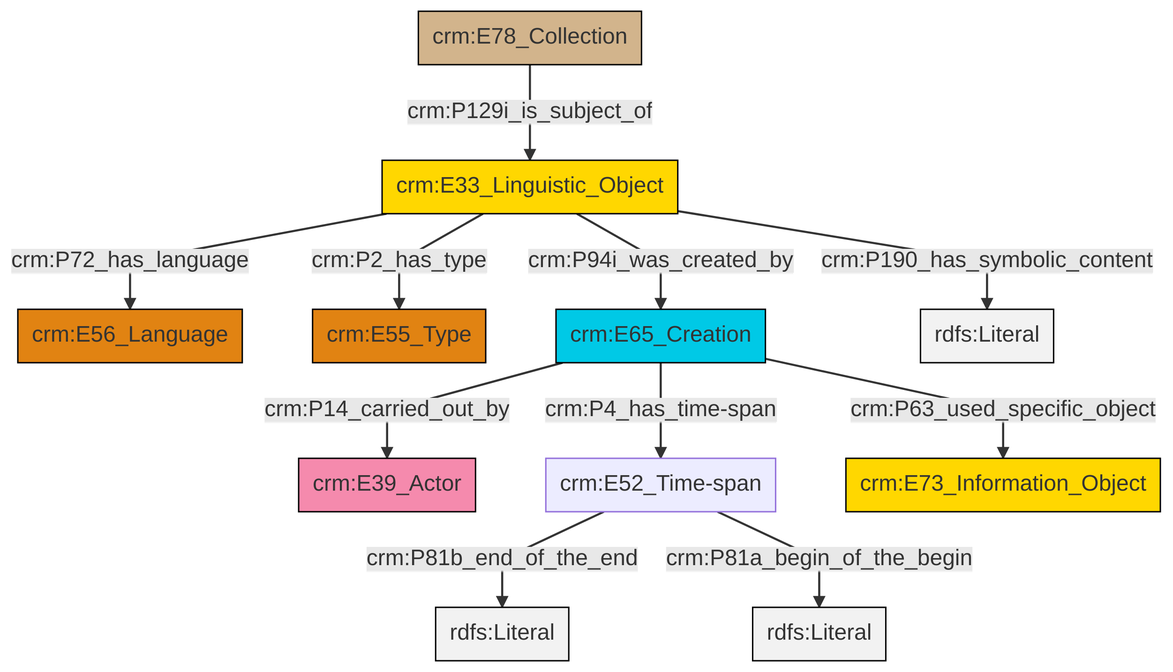
Above: et/archivalCSV/ttl/mmd/png/archival_desc.png in swiss-art-research-net/docs.swissartresearch (Mermaid), before the change. Its source is kept beside it as et/archivalCSV/ttl/mmd/archival_desc.ttl.mmd.
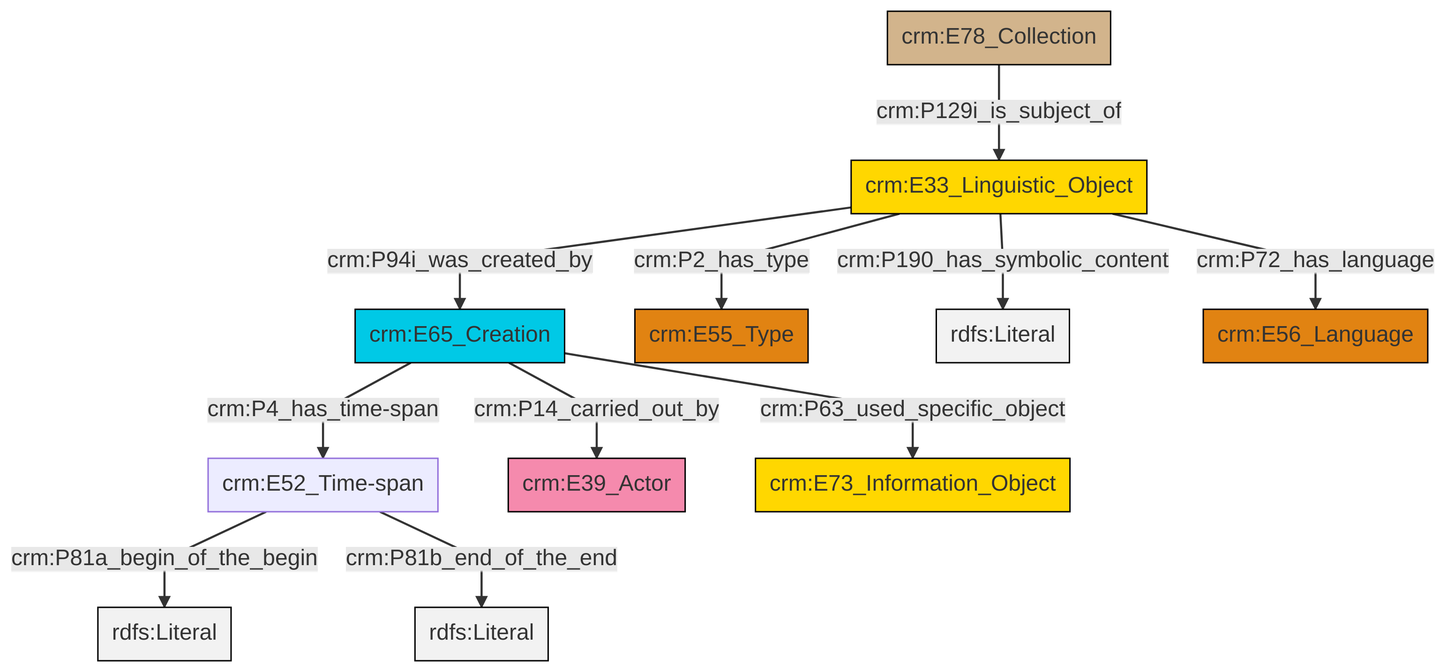
After the commit.

The edit, as a diff of the source:
```diff
@@ -13,13 +13,13 @@
 classDef PC_Classes fill:#4ce600, stroke:#000000;
 classDef Multi fill:#cccccc,stroke:#000000;
 
-0["crm:E33_Linguistic_Object"]:::Conceptual_Object -->|crm:P72_has_language| 1["crm:E56_Language"]:::Type
-0["crm:E33_Linguistic_Object"]:::Conceptual_Object -->|crm:P2_has_type| 4["crm:E55_Type"]:::Type
-7["crm:E65_Creation"]:::Temporal_Entity -->|crm:P63_used_specific_object| 8["crm:E73_Information_Object"]:::Conceptual_Object
-5["crm:E52_Time-span"]:::Default -->|crm:P81b_end_of_the_end| 9[rdfs:Literal]:::Literal
-0["crm:E33_Linguistic_Object"]:::Conceptual_Object -->|crm:P94i_was_created_by| 7["crm:E65_Creation"]:::Temporal_Entity
-0["crm:E33_Linguistic_Object"]:::Conceptual_Object -->|crm:P190_has_symbolic_content| 14[rdfs:Literal]:::Literal
-7["crm:E65_Creation"]:::Temporal_Entity -->|crm:P14_carried_out_by| 2["crm:E39_Actor"]:::Actor
-11["crm:E78_Collection"]:::Physical_Thing -->|crm:P129i_is_subject_of| 0["crm:E33_Linguistic_Object"]:::Conceptual_Object
-7["crm:E65_Creation"]:::Temporal_Entity -->|crm:P4_has_time-span| 5["crm:E52_Time-span"]:::Default
-5["crm:E52_Time-span"]:::Default -->|crm:P81a_begin_of_the_begin| 16[rdfs:Literal]:::Literal
+0["crm:E33_Linguistic_Object"]:::Conceptual_Object -->|crm:P94i_was_created_by| 1["crm:E65_Creation"]:::Temporal_Entity
+5["crm:E52_Time-span"]:::Default -->|crm:P81a_begin_of_the_begin| 6[rdfs:Literal]:::Literal
+0["crm:E33_Linguistic_Object"]:::Conceptual_Object -->|crm:P190_has_symbolic_content| 9[rdfs:Literal]:::Literal
+0["crm:E33_Linguistic_Object"]:::Conceptual_Object -->|crm:P2_has_type| 7["crm:E55_Type"]:::Type
+0["crm:E33_Linguistic_Object"]:::Conceptual_Object -->|crm:P72_has_language| 10["crm:E56_Language"]:::Type
+1["crm:E65_Creation"]:::Temporal_Entity -->|crm:P63_used_specific_object| 13["crm:E73_Information_Object"]:::Conceptual_Object
+1["crm:E65_Creation"]:::Temporal_Entity -->|crm:P14_carried_out_by| 11["crm:E39_Actor"]:::Actor
+5["crm:E52_Time-span"]:::Default -->|crm:P81b_end_of_the_end| 16[rdfs:Literal]:::Literal
+1["crm:E65_Creation"]:::Temporal_Entity -->|crm:P4_has_time-span| 5["crm:E52_Time-span"]:::Default
+3["crm:E78_Collection"]:::Physical_Thing -->|crm:P129i_is_subject_of| 0["crm:E33_Linguistic_Object"]:::Conceptual_Object
```
